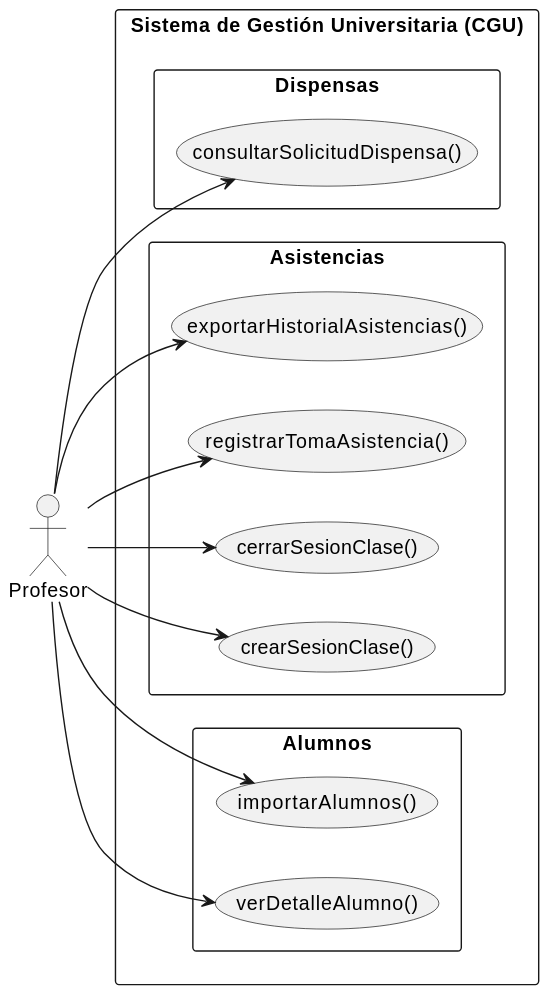
Before: documents/CasosDeUso/CasoDeUso/Profesor/Profesor.svg, a diagram exported from PlantUML (enmabry/25-26-IdSw1-SdR). Source of this version:
```plantuml
@startuml
left to right direction
skinparam packageStyle rectangle

actor Profesor

rectangle "Sistema de Gestión Universitaria (CGU)" {

    package "Alumnos" {
        usecase "verDetalleAlumno()" as AlumnosVerDetalle
        usecase "importarAlumnos()" as AlumnosImportar
    }

    package "Asistencias" {
        usecase "crearSesionClase()" as AsistenciasCrearSesion
        usecase "cerrarSesionClase()" as AsistenciasCerrarSesion
        usecase "registrarTomaAsistencia()" as AsistenciasRegistrarToma
        usecase "exportarHistorialAsistencias()" as AsistenciasExportarHistorial
    }

    package "Dispensas" {
      usecase "consultarSolicitudDispensa()" as DispensasConsultar
    }

    Profesor --> AlumnosVerDetalle
    Profesor --> AlumnosImportar

    Profesor --> AsistenciasCrearSesion
    Profesor --> AsistenciasCerrarSesion
    Profesor --> AsistenciasRegistrarToma
    Profesor --> AsistenciasExportarHistorial

    Profesor --> DispensasConsultar
}
@enduml
```
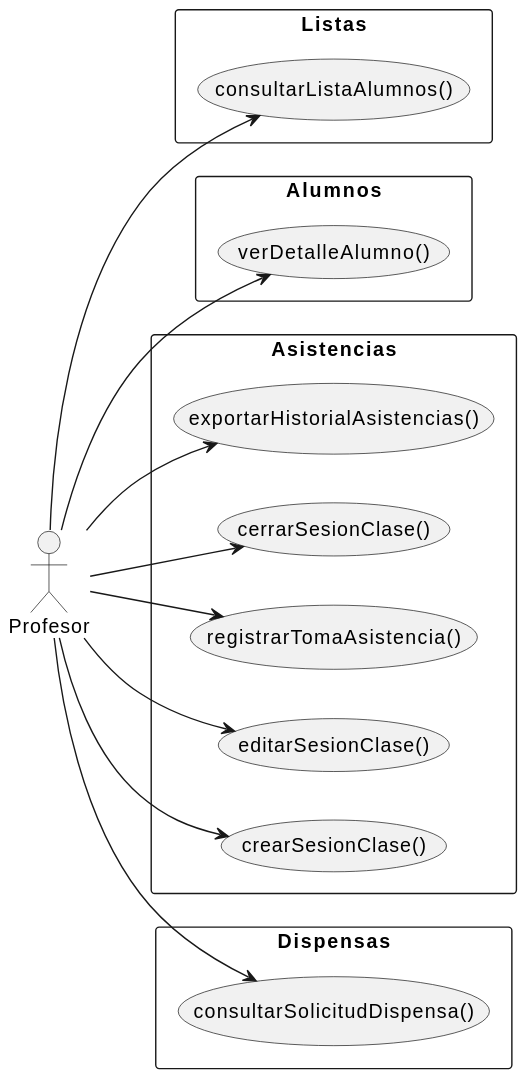
After the change.

Change to the diagram source:
```diff
@@ -4,32 +4,35 @@
 
 actor Profesor
 
-rectangle "Sistema de Gestión Universitaria (CGU)" {
+    package "Listas" {
+        usecase "consultarListaAlumnos()" as ListasConsultarLista
+    }
 
     package "Alumnos" {
-        usecase "verDetalleAlumno()" as AlumnosVerDetalle
-        usecase "importarAlumnos()" as AlumnosImportar
+        usecase "verDetalleAlumno()"  as AlumnosVerDetalle
     }
 
     package "Asistencias" {
-        usecase "crearSesionClase()" as AsistenciasCrearSesion
-        usecase "cerrarSesionClase()" as AsistenciasCerrarSesion
-        usecase "registrarTomaAsistencia()" as AsistenciasRegistrarToma
+        usecase "crearSesionClase()"          as AsistenciasCrearSesion
+        usecase "editarSesionClase()"         as AsistenciasEditarSesion
+        usecase "registrarTomaAsistencia()"   as AsistenciasRegistrarToma
+        usecase "cerrarSesionClase()"         as AsistenciasCerrarSesion
         usecase "exportarHistorialAsistencias()" as AsistenciasExportarHistorial
     }
 
     package "Dispensas" {
-      usecase "consultarSolicitudDispensa()" as DispensasConsultar
+        usecase "consultarSolicitudDispensa()" as DispensasConsultar
     }
 
+    Profesor --> ListasConsultarLista
+
     Profesor --> AlumnosVerDetalle
-    Profesor --> AlumnosImportar
 
     Profesor --> AsistenciasCrearSesion
+    Profesor --> AsistenciasEditarSesion
+    Profesor --> AsistenciasRegistrarToma
     Profesor --> AsistenciasCerrarSesion
-    Profesor --> AsistenciasRegistrarToma
     Profesor --> AsistenciasExportarHistorial
 
     Profesor --> DispensasConsultar
-}
 @enduml
```
